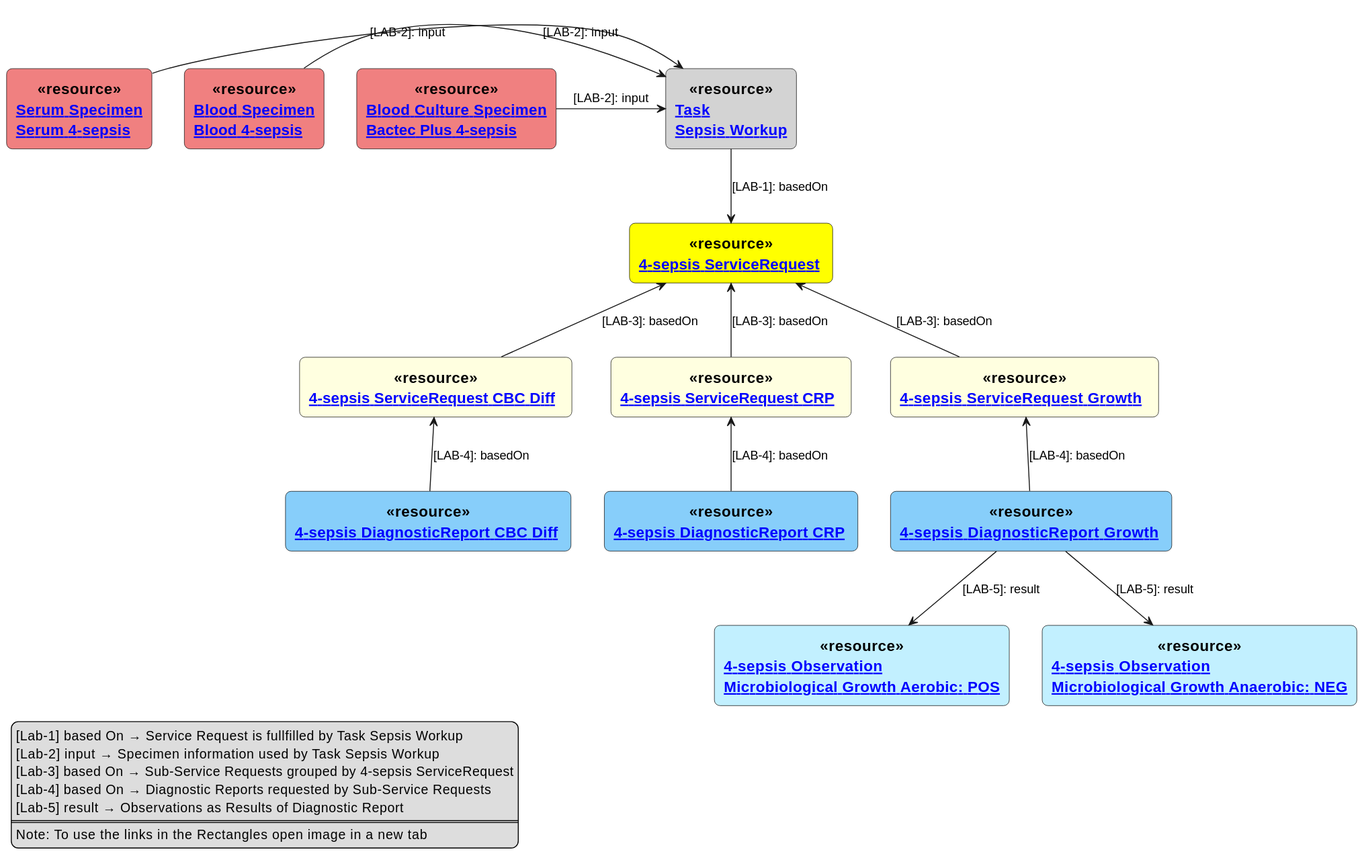
The PlantUML diagram input/images/4-sepsis-task.svg in hl7ch/ch-lab-order, before a commit.
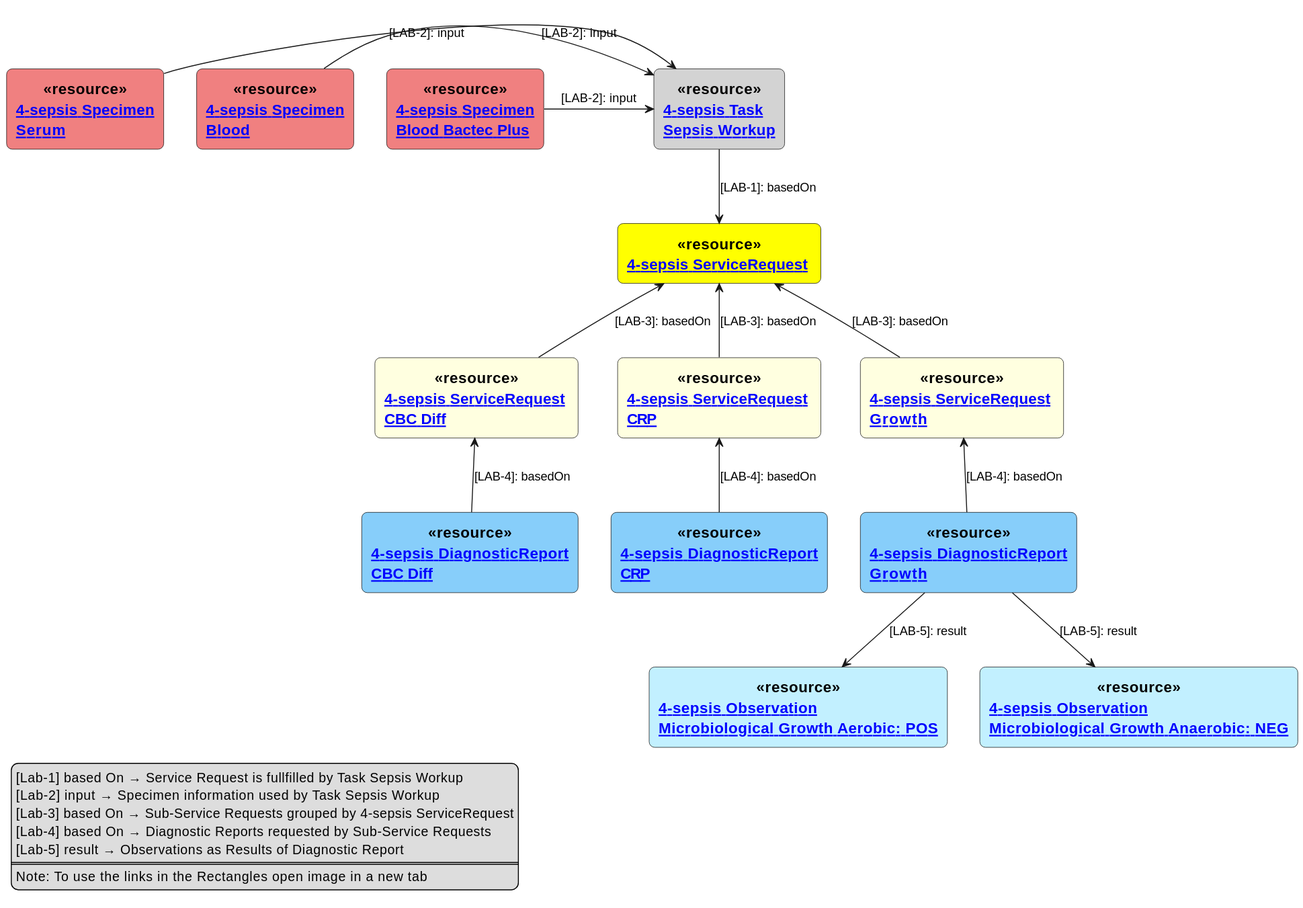
After the commit.

Commit message:
align text of task diagram

The edit, as a diff of the source:
```diff
@@ -10,21 +10,23 @@
 }
 
 rectangle "[[ ServiceRequest-4-sepsis-ServiceRequest.html 4-sepsis ServiceRequest]] " as SR <<$bProcess>><<resource>> #Yellow
-rectangle "[[ ServiceRequest-4-sepsis-ServiceRequestCBCDiff.html 4-sepsis ServiceRequest CBC Diff ]] " as SRDIFF <<$bProcess>><<resource>> #LightYellow
-rectangle "[[ ServiceRequest-4-sepsis-ServiceRequestCRP.html 4-sepsis ServiceRequest CRP ]] " as SRCRP <<$bProcess>><<resource>> #LightYellow
-rectangle "[[ ServiceRequest-4-sepsis-ServiceRequestGrowth.html 4-sepsis ServiceRequest Growth ]] " as SRG <<$bProcess>><<resource>> #LightYellow
+rectangle "[[ ServiceRequest-4-sepsis-ServiceRequestCBCDiff.html 4-sepsis ServiceRequest\nCBC Diff ]] " as SRDIFF <<$bProcess>><<resource>> #LightYellow
+rectangle "[[ ServiceRequest-4-sepsis-ServiceRequestCRP.html 4-sepsis ServiceRequest\nCRP ]] " as SRCRP <<$bProcess>><<resource>> #LightYellow
+rectangle "[[ ServiceRequest-4-sepsis-ServiceRequestGrowth.html 4-sepsis ServiceRequest\nGrowth ]] " as SRG <<$bProcess>><<resource>> #LightYellow
 
-rectangle "[[ DiagnosticReport-4-sepsis-DiagnosticReportGrowth.html 4-sepsis DiagnosticReport Growth ]]" as DRG <<$bProcess>><<resource>> #LightSkyBlue
-rectangle "[[ DiagnosticReport-4-sepsis-DiagnosticReportCBCDiff.html 4-sepsis DiagnosticReport CBC Diff ]]" as DRDIFF <<$bProcess>><<resource>> #LightSkyBlue
-rectangle "[[ DiagnosticReport-4-sepsis-DiagnosticReportCRP.html 4-sepsis DiagnosticReport CRP ]]" as DRCRP <<$bProcess>><<resource>> #LightSkyBlue
+rectangle "[[ DiagnosticReport-4-sepsis-DiagnosticReportGrowth.html 4-sepsis DiagnosticReport\nGrowth ]]" as DRG <<$bProcess>><<resource>> #LightSkyBlue
+rectangle "[[ DiagnosticReport-4-sepsis-DiagnosticReportCBCDiff.html 4-sepsis DiagnosticReport\nCBC Diff ]]" as DRDIFF <<$bProcess>><<resource>> #LightSkyBlue
+rectangle "[[ DiagnosticReport-4-sepsis-DiagnosticReportCRP.html 4-sepsis DiagnosticReport\nCRP ]]" as DRCRP <<$bProcess>><<resource>> #LightSkyBlue
 
-rectangle "[[ Observation-observationMicrobiolGrowthAerobe.html 4-sepsis Observation\nMicrobiological Growth Aerobe: POS]]" as OMA <<$bProcess>><<resource>> #APPLICATION
-rectangle "[[ Observation-observationMicrobiolGrowthAnaerobe.html 4-sepsis Observation\nMicrobiological Growth Anaerobe: NEG]]" as OMANA <<$bProcess>><<resource>> #APPLICATION
+rectangle "[[ Observation-observationMicrobiolGrowthAerobic.html 4-sepsis Observation\nMicrobiological Growth Aerobic: POS]]" as OMA <<$bProcess>><<resource>> #APPLICATION
+rectangle "[[ Observation-observationMicrobiolGrowthAnaerobic.html 4-sepsis Observation\nMicrobiological Growth Anaerobic: NEG]]" as OMANA <<$bProcess>><<resource>> #APPLICATION
 
-rectangle "[[ Task-SepsisWorkup.html Task\nSepsis Workup]]" as T1 <<$bProcess>><<resource>> #LightGray
-rectangle "[[ Specimen-Blood-bactec-plus-4-sepsis.html Blood Culture Specimen\nBactec Plus 4-sepsis]]" as BBS <<$bProcess>><<resource>> #LightCoral
-rectangle "[[ Specimen-Blood-4-sepsis.html Blood Specimen\nBlood 4-sepsis]]" as BS <<$bProcess>><<resource>> #LightCoral
-rectangle "[[ Specimen-Serum-4-sepsis.html Serum Specimen\nSerum 4-sepsis]]" as SS <<$bProcess>><<resource>> #LightCoral
+rectangle "[[ Task-SepsisWorkup.html 4-sepsis Task\nSepsis Workup]]" as T1 <<$bProcess>><<resource>> #LightGray
+rectangle "[[ Specimen-Blood-bactec-plus-4-sepsis.html 4-sepsis Specimen\nBlood Bactec Plus ]]" as BBS <<$bProcess>><<resource>> #LightCoral
+rectangle "[[ Specimen-Blood-4-sepsis.html 4-sepsis Specimen\nBlood ]]" as BS <<$bProcess>><<resource>> #LightCoral
+rectangle "[[ Specimen-Serum-4-sepsis.html 4-sepsis Specimen\nSerum ]]" as SS <<$bProcess>><<resource>> #LightCoral
+rectangle "[[ Specimen-Blood-4-sepsis.html 4-sepsis Specimen\nBlood ]]" as BS <<$bProcess>><<resource>> #LightCoral
+
 
 SR <-down- SRG : [LAB-3]: basedOn
 SR <-down- SRDIFF : [LAB-3]: basedOn
```
